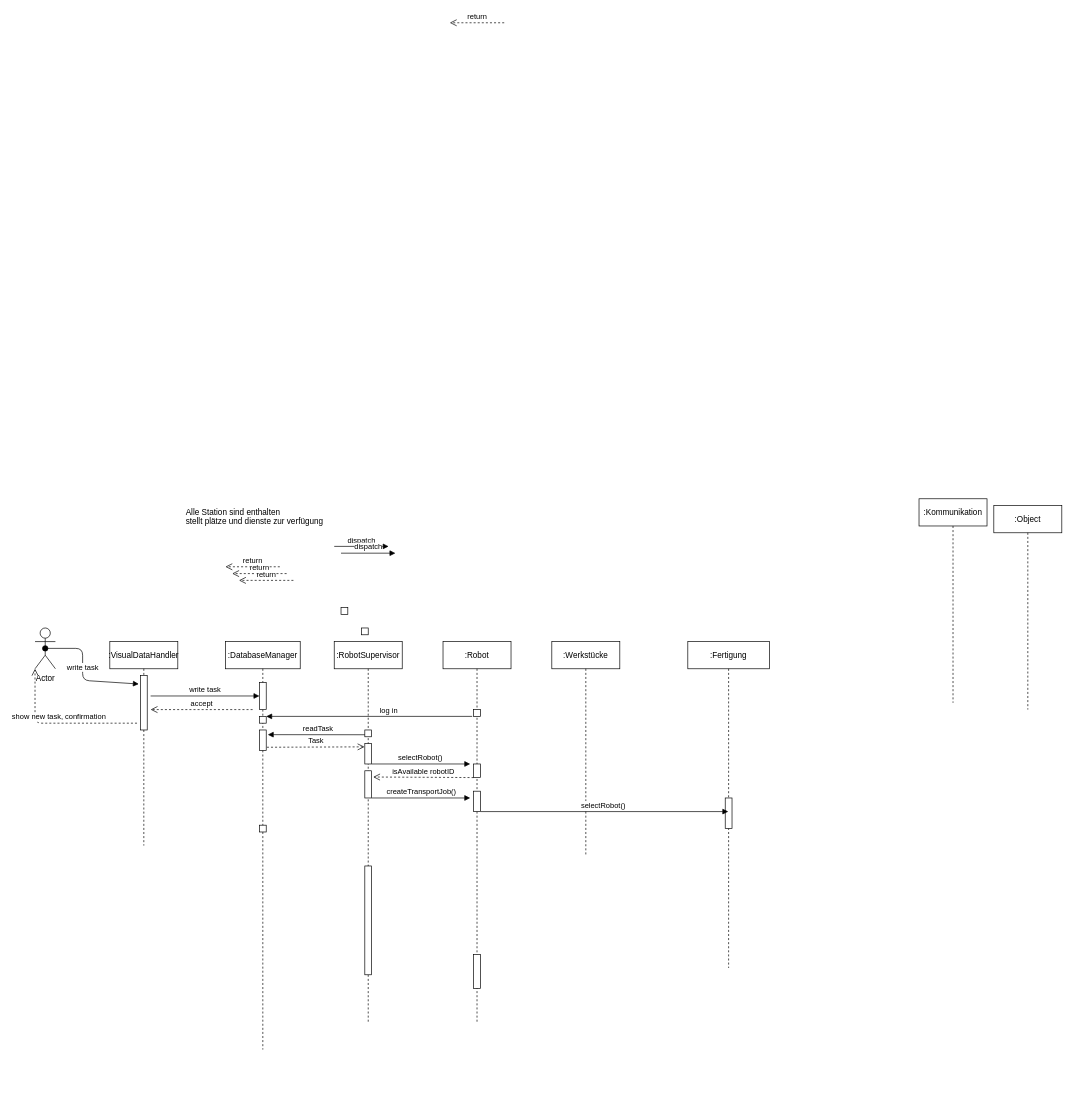
Before: Planung/Sequenzdiagramm.drawio in Nuramon4/Gewerk1, a draw.io diagram. Source tidied: cells renumbered, new cells numbered last; positions are measured from the earlier drawing's top-left corner, leaving out a move shared by most shapes. Both pictures are drawn from the tidied source at 68%, with x=0, y=0 at pixel (35, 22).
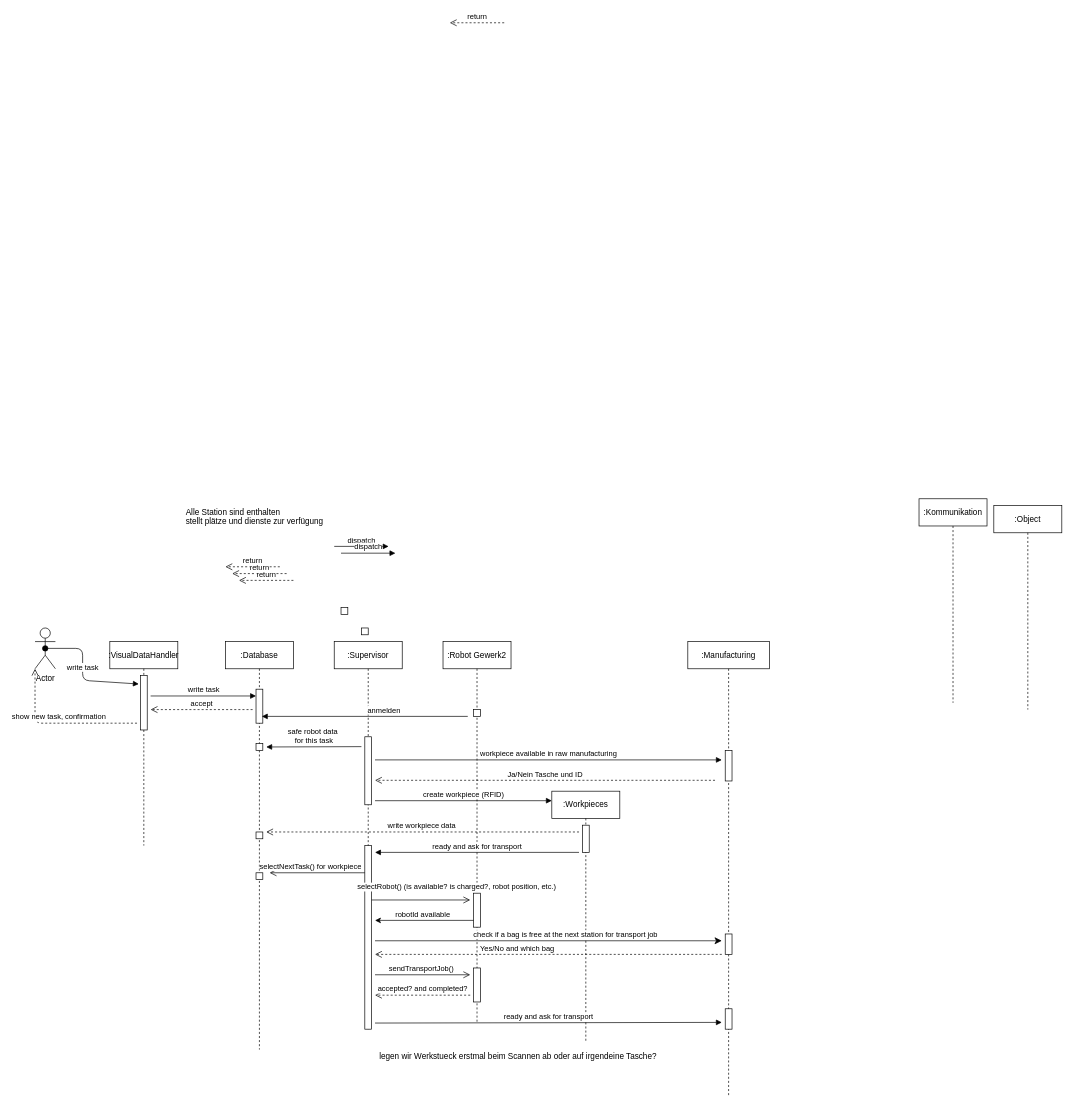
Above is the later version.

Change to the diagram source:
```diff
@@
-    <mxCell id="2" value=":Fertigung" style="shape=umlLifeline;perimeter=lifelinePerimeter;whiteSpace=wrap;html=1;outlineConnect=0;" parent="1" vertex="1">
-      <mxGeometry x="960" y="910" width="120" height="480" as="geometry" />
+    <mxCell id="2" value=":Manufacturing" style="shape=umlLifeline;perimeter=lifelinePerimeter;whiteSpace=wrap;html=1;outlineConnect=0;" parent="1" vertex="1">
+      <mxGeometry x="960" y="910" width="120" height="670" as="geometry" />
     </mxCell>
+    <mxCell id="47" style="html=1;verticalAlign=bottom;endArrow=classic;endSize=8;endFill=1;" parent="2" edge="1">
+      <mxGeometry x="-0.03" relative="1" as="geometry">
+        <mxPoint x="-460" y="440" as="sourcePoint" />
+        <mxPoint x="50" y="440" as="targetPoint" />
+      </mxGeometry>
+    </mxCell>
+    <mxCell id="48" value="Yes/No and which bag" style="html=1;verticalAlign=bottom;endArrow=open;dashed=1;endSize=8;" parent="2" edge="1">
+      <mxGeometry x="0.18" relative="1" as="geometry">
+        <mxPoint x="50" y="460" as="sourcePoint" />
+        <mxPoint x="-460" y="460" as="targetPoint" />
+      </mxGeometry>
+    </mxCell>
+    <mxCell id="49" style="html=1;perimeter=orthogonalPerimeter;" parent="2" vertex="1">
+      <mxGeometry x="55" y="540" width="10" height="30" as="geometry" />
+    </mxCell>
+    <mxCell id="4" value=":Robot Gewerk2" style="shape=umlLifeline;perimeter=lifelinePerimeter;whiteSpace=wrap;html=1;" parent="1" vertex="1">
+      <mxGeometry x="600" y="910" width="100" height="561" as="geometry" />
+    </mxCell>
+    <mxCell id="8" style="html=1;perimeter=orthogonalPerimeter;" parent="4" vertex="1">
+      <mxGeometry x="45" y="100" width="10" height="10" as="geometry" />
+    </mxCell>
-    <mxCell id="3" style="html=1;perimeter=orthogonalPerimeter;" parent="2" vertex="1">
-      <mxGeometry x="55" y="230" width="10" height="45" as="geometry" />
+    <mxCell id="3" style="html=1;perimeter=orthogonalPerimeter;" parent="4" vertex="1">
+      <mxGeometry x="415" y="160" width="10" height="45" as="geometry" />
     </mxCell>
-    <mxCell id="4" value=":Robot" style="shape=umlLifeline;perimeter=lifelinePerimeter;whiteSpace=wrap;html=1;" parent="1" vertex="1">
-      <mxGeometry x="600" y="910" width="100" height="561" as="geometry" />
-    </mxCell>
     <mxCell id="5" style="html=1;perimeter=orthogonalPerimeter;" parent="4" vertex="1">
-      <mxGeometry x="45" y="460" width="10" height="50" as="geometry" />
+      <mxGeometry x="45" y="370" width="10" height="50" as="geometry" />
     </mxCell>
-    <mxCell id="6" style="html=1;perimeter=orthogonalPerimeter;" parent="4" vertex="1">
-      <mxGeometry x="45" y="180" width="10" height="20" as="geometry" />
-    </mxCell>
-    <mxCell id="7" value="isAvailable robotID" style="html=1;verticalAlign=bottom;endArrow=open;dashed=1;endSize=8;startArrow=none;exitX=1.103;exitY=0.539;exitDx=0;exitDy=0;exitPerimeter=0;entryX=1.229;entryY=0.229;entryDx=0;entryDy=0;entryPerimeter=0;" parent="4" edge="1" target="22">
-      <mxGeometry relative="1" as="geometry">
-        <mxPoint x="45" y="200" as="sourcePoint" />
-      </mxGeometry>
-    </mxCell>
-    <mxCell id="8" style="html=1;perimeter=orthogonalPerimeter;" parent="4" vertex="1">
-      <mxGeometry x="45" y="100" width="10" height="10" as="geometry" />
-    </mxCell>
-    <mxCell id="9" style="html=1;perimeter=orthogonalPerimeter;" parent="4" vertex="1">
-      <mxGeometry x="45" y="220" width="10" height="30" as="geometry" />
-    </mxCell>
+    <mxCell id="50" value="workpiece available in raw manufacturing" style="html=1;verticalAlign=bottom;endArrow=block;" parent="4" edge="1">
+      <mxGeometry relative="1" as="geometry">
+        <mxPoint x="-100" y="174" as="sourcePoint" />
+        <mxPoint x="410" y="174" as="targetPoint" />
+      </mxGeometry>
+    </mxCell>
+    <mxCell id="51" value="Ja/Nein Tasche und ID" style="html=1;verticalAlign=bottom;endArrow=open;dashed=1;endSize=8;" parent="4" edge="1">
+      <mxGeometry relative="1" as="geometry">
+        <mxPoint x="400" y="204" as="sourcePoint" />
+        <mxPoint x="-100" y="204" as="targetPoint" />
+      </mxGeometry>
+    </mxCell>
+    <mxCell id="52" value="create workpiece (RFID)" style="html=1;verticalAlign=bottom;endArrow=block;" parent="4" edge="1">
+      <mxGeometry relative="1" as="geometry">
+        <mxPoint x="-100" y="234" as="sourcePoint" />
+        <mxPoint x="160" y="234" as="targetPoint" />
+      </mxGeometry>
+    </mxCell>
+    <mxCell id="53" style="html=1;perimeter=orthogonalPerimeter;" parent="4" vertex="1">
+      <mxGeometry x="45" y="480" width="10" height="50" as="geometry" />
+    </mxCell>
@@
-    <mxCell id="11" value=":Werkstücke" style="shape=umlLifeline;perimeter=lifelinePerimeter;whiteSpace=wrap;html=1;" parent="1" vertex="1">
-      <mxGeometry x="760" y="910" width="100" height="315" as="geometry" />
+    <mxCell id="11" value=":Workpieces" style="shape=umlLifeline;perimeter=lifelinePerimeter;whiteSpace=wrap;html=1;" parent="1" vertex="1">
+      <mxGeometry x="760" y="1130" width="100" height="370" as="geometry" />
     </mxCell>
-    <mxCell id="12" value="selectRobot()&amp;nbsp;" style="html=1;verticalAlign=bottom;startArrow=none;endArrow=block;startSize=8;startFill=0;" parent="11" edge="1" target="2">
-      <mxGeometry relative="1" as="geometry">
-        <mxPoint x="-105" y="250" as="sourcePoint" />
-      </mxGeometry>
-    </mxCell>
+    <mxCell id="54" style="html=1;perimeter=orthogonalPerimeter;" parent="11" vertex="1">
+      <mxGeometry x="45" y="50" width="10" height="40" as="geometry" />
+    </mxCell>
-    <mxCell id="13" value=":DatabaseManager" style="shape=umlLifeline;perimeter=lifelinePerimeter;whiteSpace=wrap;html=1;" parent="1" vertex="1">
-      <mxGeometry x="280" y="910" width="110" height="600" as="geometry" />
+    <mxCell id="13" value=":Database" style="shape=umlLifeline;perimeter=lifelinePerimeter;whiteSpace=wrap;html=1;" parent="1" vertex="1">
+      <mxGeometry x="280" y="910" width="100" height="600" as="geometry" />
     </mxCell>
     <mxCell id="14" style="html=1;points=[];perimeter=orthogonalPerimeter;" parent="13" vertex="1">
-      <mxGeometry x="50" y="60" width="10" height="40" as="geometry" />
+      <mxGeometry x="45" y="70" width="10" height="50" as="geometry" />
     </mxCell>
-    <mxCell id="15" style="html=1;perimeter=orthogonalPerimeter;" parent="13" vertex="1">
-      <mxGeometry x="50" y="270" width="10" height="10" as="geometry" />
-    </mxCell>
-    <mxCell id="16" style="html=1;points=[];perimeter=orthogonalPerimeter;" parent="13" vertex="1">
-      <mxGeometry x="50" y="130" width="10" height="30" as="geometry" />
-    </mxCell>
-    <mxCell id="17" style="html=1;perimeter=orthogonalPerimeter;" parent="13" vertex="1">
-      <mxGeometry x="50" y="110" width="10" height="10" as="geometry" />
-    </mxCell>
+    <mxCell id="55" style="html=1;perimeter=orthogonalPerimeter;" parent="13" vertex="1">
+      <mxGeometry x="45" y="150" width="10" height="10" as="geometry" />
+    </mxCell>
+    <mxCell id="56" style="html=1;perimeter=orthogonalPerimeter;" parent="13" vertex="1">
+      <mxGeometry x="45" y="280" width="10" height="10" as="geometry" />
+    </mxCell>
+    <mxCell id="57" style="html=1;perimeter=orthogonalPerimeter;" parent="13" vertex="1">
+      <mxGeometry x="45" y="340" width="10" height="10" as="geometry" />
+    </mxCell>
@@
-    <mxCell id="19" value=":RobotSupervisor" style="shape=umlLifeline;perimeter=lifelinePerimeter;whiteSpace=wrap;html=1;" parent="1" vertex="1">
-      <mxGeometry x="440" y="910" width="100" height="560" as="geometry" />
+    <mxCell id="19" value=":Supervisor" style="shape=umlLifeline;perimeter=lifelinePerimeter;whiteSpace=wrap;html=1;" parent="1" vertex="1">
+      <mxGeometry x="440" y="910" width="100" height="570" as="geometry" />
     </mxCell>
     <mxCell id="20" style="html=1;perimeter=orthogonalPerimeter;" parent="19" vertex="1">
-      <mxGeometry x="45" y="330" width="10" height="160" as="geometry" />
+      <mxGeometry x="45" y="140" width="10" height="100" as="geometry" />
     </mxCell>
-    <mxCell id="21" style="html=1;points=[];perimeter=orthogonalPerimeter;" parent="19" vertex="1">
-      <mxGeometry x="45" y="150" width="10" height="30" as="geometry" />
-    </mxCell>
-    <mxCell id="22" style="html=1;points=[];perimeter=orthogonalPerimeter;" parent="19" vertex="1">
-      <mxGeometry x="45" y="190" width="10" height="40" as="geometry" />
-    </mxCell>
+    <mxCell id="58" value="safe robot data&amp;nbsp;&lt;br&gt;for this task" style="html=1;verticalAlign=bottom;endArrow=block;" parent="19" edge="1">
+      <mxGeometry relative="1" as="geometry">
+        <mxPoint x="40" y="154.5" as="sourcePoint" />
+        <mxPoint x="-100" y="155" as="targetPoint" />
+      </mxGeometry>
+    </mxCell>
+    <mxCell id="59" style="html=1;perimeter=orthogonalPerimeter;" parent="19" vertex="1">
+      <mxGeometry x="45" y="300" width="10" height="270" as="geometry" />
+    </mxCell>
+    <mxCell id="60" value="selectRobot() (is available? is charged?, robot position, etc.)" style="html=1;verticalAlign=bottom;endArrow=open;endSize=8;" parent="19" edge="1">
+      <mxGeometry x="0.72" y="10" relative="1" as="geometry">
+        <mxPoint x="55" y="380" as="sourcePoint" />
+        <mxPoint x="200" y="380" as="targetPoint" />
+      </mxGeometry>
+    </mxCell>
@@
-    <mxCell id="39" style="html=1;verticalAlign=bottom;startArrow=none;endArrow=none;startSize=8;startFill=0;" parent="1" edge="1" source="42">
-      <mxGeometry relative="1" as="geometry">
-        <mxPoint x="490" y="1040" as="targetPoint" />
-      </mxGeometry>
-    </mxCell>
-    <mxCell id="40" value="readTask" style="html=1;verticalAlign=bottom;startArrow=none;endArrow=block;startSize=8;startFill=0;entryX=1.229;entryY=0.229;entryDx=0;entryDy=0;entryPerimeter=0;" parent="1" edge="1" target="16">
-      <mxGeometry relative="1" as="geometry">
-        <mxPoint x="489.5" y="1047" as="sourcePoint" />
-      </mxGeometry>
-    </mxCell>
-    <mxCell id="41" value="Task" style="html=1;verticalAlign=bottom;endArrow=open;dashed=1;endSize=8;startArrow=none;exitX=1.103;exitY=0.539;exitDx=0;exitDy=0;exitPerimeter=0;entryX=-0.05;entryY=0.161;entryDx=0;entryDy=0;entryPerimeter=0;" parent="1" edge="1" target="21">
-      <mxGeometry relative="1" as="geometry">
-        <mxPoint x="341" y="1065.4" as="sourcePoint" />
-      </mxGeometry>
-    </mxCell>
-    <mxCell id="42" style="html=1;points=[];perimeter=orthogonalPerimeter;" parent="1" vertex="1">
-      <mxGeometry x="485" y="1040" width="10" height="10" as="geometry" />
-    </mxCell>
-    <mxCell id="43" style="html=1;verticalAlign=bottom;startArrow=none;endArrow=none;startSize=8;startFill=0;" parent="1" edge="1" target="42">
-      <mxGeometry relative="1" as="geometry">
-        <mxPoint x="490" y="1040" as="sourcePoint" />
-      </mxGeometry>
-    </mxCell>
-    <mxCell id="44" value="selectRobot()&amp;nbsp;" style="html=1;verticalAlign=bottom;startArrow=none;endArrow=block;startSize=8;startFill=0;" parent="1" edge="1">
-      <mxGeometry relative="1" as="geometry">
-        <mxPoint x="495" y="1090" as="sourcePoint" />
-        <mxPoint x="640" y="1090" as="targetPoint" />
-      </mxGeometry>
-    </mxCell>
-    <mxCell id="45" value="log in" style="html=1;verticalAlign=bottom;startArrow=none;endArrow=block;startSize=8;startFill=0;" parent="1" edge="1">
-      <mxGeometry x="-0.19" relative="1" as="geometry">
-        <mxPoint x="642.9" y="1020" as="sourcePoint" />
-        <mxPoint x="340" y="1020" as="targetPoint" />
-      </mxGeometry>
-    </mxCell>
-    <mxCell id="46" value="createTransportJob()" style="html=1;verticalAlign=bottom;startArrow=none;endArrow=block;startSize=8;startFill=0;" parent="1" edge="1">
-      <mxGeometry relative="1" as="geometry">
-        <mxPoint x="495" y="1140" as="sourcePoint" />
-        <mxPoint x="640" y="1140" as="targetPoint" />
-      </mxGeometry>
-    </mxCell>
+    <mxCell id="61" value="anmelden" style="html=1;verticalAlign=bottom;startArrow=none;endArrow=block;startSize=8;startFill=0;" parent="1" edge="1">
+      <mxGeometry x="-0.19" relative="1" as="geometry">
+        <mxPoint x="636.4" y="1020" as="sourcePoint" />
+        <mxPoint x="333.6" y="1020" as="targetPoint" />
+      </mxGeometry>
+    </mxCell>
+    <mxCell id="62" value="write workpiece data&amp;nbsp;" style="html=1;verticalAlign=bottom;endArrow=open;endSize=8;dashed=1;" parent="1" edge="1">
+      <mxGeometry relative="1" as="geometry">
+        <mxPoint x="800" y="1190" as="sourcePoint" />
+        <mxPoint x="340" y="1190" as="targetPoint" />
+      </mxGeometry>
+    </mxCell>
+    <mxCell id="63" value="ready and ask for transport" style="html=1;verticalAlign=bottom;endArrow=block;" parent="1" edge="1">
+      <mxGeometry relative="1" as="geometry">
+        <mxPoint x="800" y="1220" as="sourcePoint" />
+        <mxPoint x="500" y="1220" as="targetPoint" />
+      </mxGeometry>
+    </mxCell>
+    <mxCell id="64" value="robotId available" style="html=1;verticalAlign=bottom;endArrow=block;startArrow=none;" parent="1" edge="1">
+      <mxGeometry x="-1" y="-80" relative="1" as="geometry">
+        <mxPoint x="489.8" y="1320" as="sourcePoint" />
+        <mxPoint x="489.5" y="1320" as="targetPoint" />
+        <mxPoint x="80" y="80" as="offset" />
+      </mxGeometry>
+    </mxCell>
+    <mxCell id="65" style="html=1;verticalAlign=bottom;endArrow=none;startArrow=classic;startFill=1;" parent="1" edge="1">
+      <mxGeometry relative="1" as="geometry">
+        <mxPoint x="500" y="1320" as="sourcePoint" />
+        <mxPoint x="645" y="1320" as="targetPoint" />
+      </mxGeometry>
+    </mxCell>
+    <mxCell id="66" value="check if a bag is free at the next station for transport job" style="html=1;verticalAlign=bottom;endArrow=open;endSize=8;startArrow=none;" parent="1" edge="1" source="67">
+      <mxGeometry y="240" relative="1" as="geometry">
+        <mxPoint x="1019.8" y="1355" as="targetPoint" />
+        <mxPoint x="-240" y="-5" as="offset" />
+      </mxGeometry>
+    </mxCell>
+    <mxCell id="67" style="html=1;points=[];perimeter=orthogonalPerimeter;" parent="1" vertex="1">
+      <mxGeometry x="1015" y="1340" width="10" height="30" as="geometry" />
+    </mxCell>
+    <mxCell id="68" value="sendTransportJob()" style="html=1;verticalAlign=bottom;endArrow=open;endSize=8;" parent="1" edge="1">
+      <mxGeometry x="-0.03" relative="1" as="geometry">
+        <mxPoint x="500" y="1400" as="sourcePoint" />
+        <mxPoint x="640" y="1400" as="targetPoint" />
+      </mxGeometry>
+    </mxCell>
+    <mxCell id="69" value="selectNextTask() for workpiece" style="html=1;verticalAlign=bottom;endArrow=open;endSize=8;" parent="1" edge="1">
+      <mxGeometry x="0.14" relative="1" as="geometry">
+        <mxPoint x="485" y="1250" as="sourcePoint" />
+        <mxPoint x="345" y="1250" as="targetPoint" />
+      </mxGeometry>
+    </mxCell>
+    <mxCell id="70" value="accepted? and completed?" style="html=1;verticalAlign=bottom;endArrow=open;endSize=8;dashed=1;" parent="1" edge="1">
+      <mxGeometry relative="1" as="geometry">
+        <mxPoint x="640" y="1430" as="sourcePoint" />
+        <mxPoint x="500" y="1430" as="targetPoint" />
+      </mxGeometry>
+    </mxCell>
+    <mxCell id="71" value="ready and ask for transport" style="html=1;verticalAlign=bottom;endArrow=block;" parent="1" edge="1">
+      <mxGeometry relative="1" as="geometry">
+        <mxPoint x="500" y="1471" as="sourcePoint" />
+        <mxPoint x="1010" y="1470" as="targetPoint" />
+      </mxGeometry>
+    </mxCell>
+    <mxCell id="72" value="legen wir Werkstueck erstmal beim Scannen ab oder auf irgendeine Tasche?" style="text;html=1;align=center;verticalAlign=middle;strokeColor=none;fillColor=none;" parent="1" vertex="1">
+      <mxGeometry x="495" y="1505" width="430" height="30" as="geometry" />
+    </mxCell>
```
